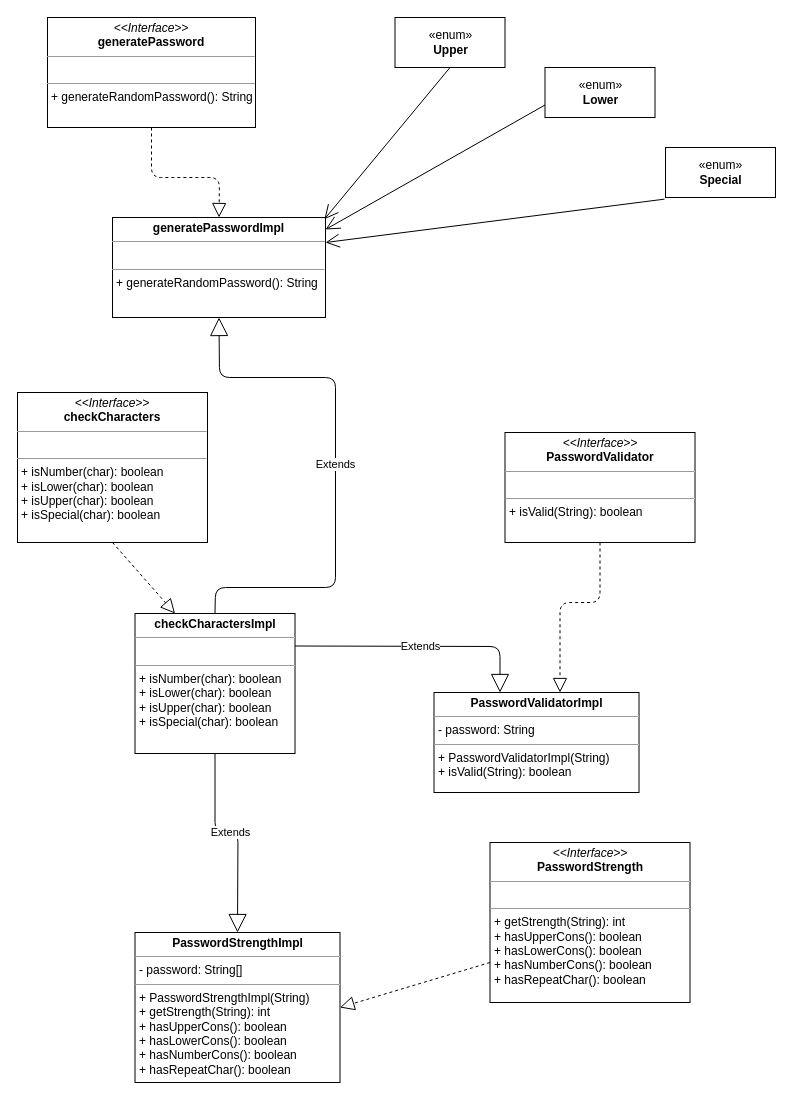
Earlier version of the draw.io diagram notes/design-password.drawio (metaphori/students-oop20-di-santi-giovanni-conti-massimiliano-ercolani-francesco-cellot-davide-keepassj). Source tidied: cells renumbered, new cells numbered last; positions are measured from the earlier drawing's top-left corner, leaving out a move shared by most shapes. Both pictures are drawn from the tidied source at 100%, with x=0, y=0 at pixel (17, 17).
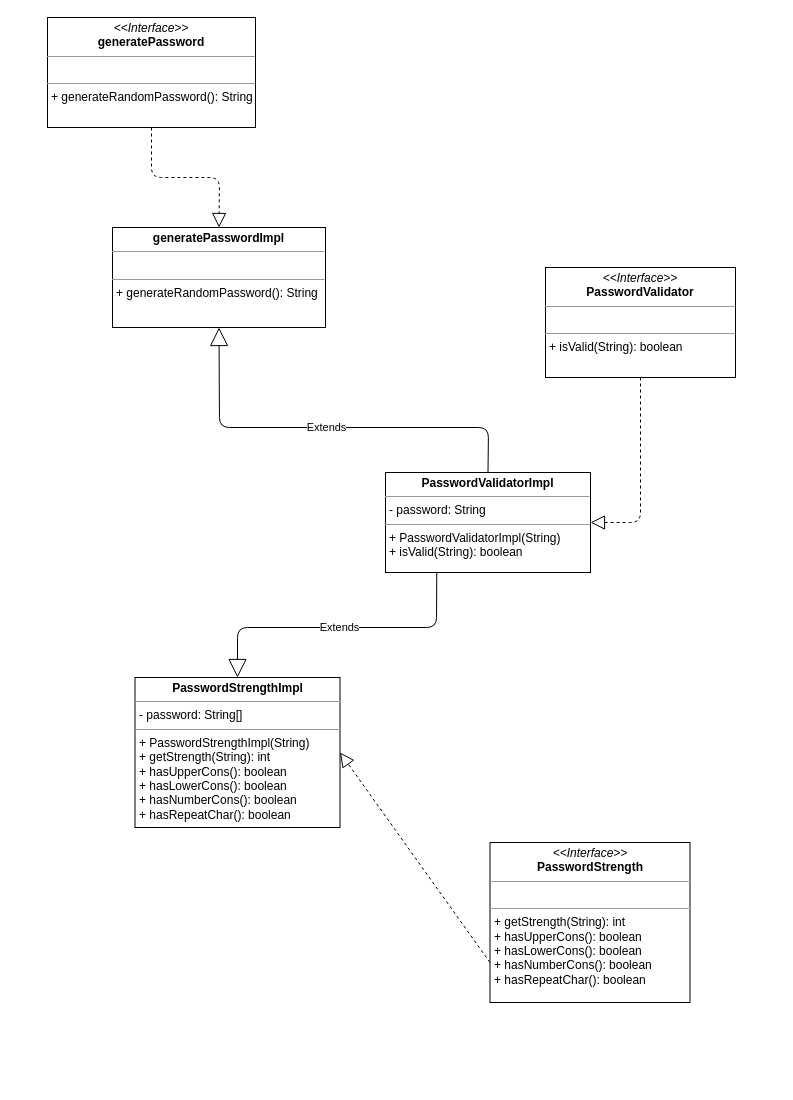
Above is the later version.

Commit message:
Update design-password

Change to the diagram source:
```diff
@@
-    <mxCell id="2" value="&lt;p style=&quot;margin: 0px ; margin-top: 4px ; text-align: center&quot;&gt;&lt;i&gt;&amp;lt;&amp;lt;Interface&amp;gt;&amp;gt;&lt;/i&gt;&lt;br&gt;&lt;b&gt;checkCharacters&lt;/b&gt;&lt;/p&gt;&lt;hr size=&quot;1&quot;&gt;&lt;p style=&quot;margin: 0px ; margin-left: 4px&quot;&gt;&lt;br&gt;&lt;/p&gt;&lt;hr size=&quot;1&quot;&gt;&lt;p style=&quot;margin: 0px ; margin-left: 4px&quot;&gt;+ isNumber(char): boolean&lt;br&gt;+ isLower(char): boolean&lt;/p&gt;&lt;p style=&quot;margin: 0px ; margin-left: 4px&quot;&gt;+ isUpper(char): boolean&lt;/p&gt;&lt;p style=&quot;margin: 0px ; margin-left: 4px&quot;&gt;+ isSpecial(char): boolean&lt;/p&gt;" style="verticalAlign=top;align=left;overflow=fill;fontSize=12;fontFamily=Helvetica;html=1;" parent="1" vertex="1">
-      <mxGeometry y="375" width="190" height="150" as="geometry" />
-    </mxCell>
     <mxCell id="3" value="&lt;p style=&quot;margin: 0px ; margin-top: 4px ; text-align: center&quot;&gt;&lt;i&gt;&amp;lt;&amp;lt;Interface&amp;gt;&amp;gt;&lt;/i&gt;&lt;br&gt;&lt;b&gt;PasswordValidator&lt;/b&gt;&lt;/p&gt;&lt;hr size=&quot;1&quot;&gt;&lt;p style=&quot;margin: 0px ; margin-left: 4px&quot;&gt;&lt;br&gt;&lt;/p&gt;&lt;hr size=&quot;1&quot;&gt;&lt;p style=&quot;margin: 0px ; margin-left: 4px&quot;&gt;+ isValid(String): boolean&lt;br&gt;&lt;/p&gt;" style="verticalAlign=top;align=left;overflow=fill;fontSize=12;fontFamily=Helvetica;html=1;" parent="1" vertex="1">
-      <mxGeometry x="487.5" y="415" width="190" height="110" as="geometry" />
+      <mxGeometry x="528" y="250" width="190" height="110" as="geometry" />
     </mxCell>
-    <mxCell id="4" value="Extends" style="endArrow=block;endSize=16;endFill=0;html=1;" parent="1" edge="1">
-      <mxGeometry relative="1" as="geometry">
-        <mxPoint x="277.5" y="628.5" as="sourcePoint" />
-        <mxPoint x="482.5" y="675" as="targetPoint" />
-        <Array as="points">
-          <mxPoint x="482.5" y="629" />
-        </Array>
-      </mxGeometry>
-    </mxCell>
-    <mxCell id="5" style="endArrow=block;dashed=1;endFill=0;endSize=12;html=1;exitX=0.5;exitY=1;exitDx=0;exitDy=0;" parent="1" edge="1" source="3">
-      <mxGeometry relative="1" as="geometry">
-        <mxPoint x="542.5" y="675" as="targetPoint" />
-        <Array as="points">
-          <mxPoint x="582.5" y="585" />
-          <mxPoint x="542.5" y="585" />
-        </Array>
-      </mxGeometry>
-    </mxCell>
-    <mxCell id="6" value="&lt;p style=&quot;margin: 0px ; margin-top: 4px ; text-align: center&quot;&gt;&lt;b&gt;checkCharactersImpl&lt;/b&gt;&lt;/p&gt;&lt;hr size=&quot;1&quot;&gt;&lt;p style=&quot;margin: 0px ; margin-left: 4px&quot;&gt;&lt;br&gt;&lt;/p&gt;&lt;hr size=&quot;1&quot;&gt;&lt;p style=&quot;margin: 0px ; margin-left: 4px&quot;&gt;+ isNumber(char): boolean&lt;/p&gt;&lt;p style=&quot;margin: 0px ; margin-left: 4px&quot;&gt;+ isLower(char): boolean&lt;/p&gt;&lt;p style=&quot;margin: 0px ; margin-left: 4px&quot;&gt;+ isUpper(char): boolean&lt;/p&gt;&lt;p style=&quot;margin: 0px ; margin-left: 4px&quot;&gt;+ isSpecial(char): boolean&lt;/p&gt;&lt;p style=&quot;margin: 0px ; margin-left: 4px&quot;&gt;&lt;br&gt;&lt;/p&gt;&lt;p style=&quot;margin: 0px ; margin-left: 4px&quot;&gt;&lt;br&gt;&lt;/p&gt;&lt;p style=&quot;margin: 0px ; margin-left: 4px&quot;&gt;&lt;br&gt;&lt;/p&gt;" style="verticalAlign=top;align=left;overflow=fill;fontSize=12;fontFamily=Helvetica;html=1;" parent="1" vertex="1">
-      <mxGeometry x="117.5" y="596" width="160" height="140" as="geometry" />
-    </mxCell>
     <mxCell id="7" value="&lt;p style=&quot;margin: 0px ; margin-top: 4px ; text-align: center&quot;&gt;&lt;b&gt;PasswordStrengthImpl&lt;/b&gt;&lt;/p&gt;&lt;hr size=&quot;1&quot;&gt;&lt;p style=&quot;margin: 0px ; margin-left: 4px&quot;&gt;- password: String[]&lt;/p&gt;&lt;hr size=&quot;1&quot;&gt;&lt;p style=&quot;margin: 0px 0px 0px 4px&quot;&gt;+ PasswordStrengthImpl(String)&lt;/p&gt;&lt;p style=&quot;margin: 0px 0px 0px 4px&quot;&gt;+ getStrength(String): int&lt;br&gt;+ hasUpperCons(): boolean&lt;/p&gt;&lt;p style=&quot;margin: 0px 0px 0px 4px&quot;&gt;+ hasLowerCons(): boolean&lt;br&gt;&lt;/p&gt;&lt;p style=&quot;margin: 0px 0px 0px 4px&quot;&gt;+ hasNumberCons(): boolean&lt;/p&gt;&lt;p style=&quot;margin: 0px 0px 0px 4px&quot;&gt;+ hasRepeatChar(): boolean&lt;/p&gt;&lt;p style=&quot;margin: 0px 0px 0px 4px&quot;&gt;&lt;br&gt;&lt;/p&gt;" style="verticalAlign=top;align=left;overflow=fill;fontSize=12;fontFamily=Helvetica;html=1;" parent="1" vertex="1">
-      <mxGeometry x="117.5" y="915" width="205" height="150" as="geometry" />
+      <mxGeometry x="117.5" y="660" width="205" height="150" as="geometry" />
     </mxCell>
@@
-    <mxCell id="9" value="Extends" style="endArrow=block;endSize=16;endFill=0;html=1;exitX=0.5;exitY=1;exitDx=0;exitDy=0;entryX=0.5;entryY=0;entryDx=0;entryDy=0;" parent="1" edge="1" source="6" target="7">
-      <mxGeometry x="-0.07" relative="1" as="geometry">
-        <Array as="points">
-          <mxPoint x="197.5" y="815" />
-          <mxPoint x="220.5" y="815" />
-        </Array>
-      </mxGeometry>
-    </mxCell>
@@
     <mxCell id="11" value="&lt;p style=&quot;margin: 0px ; margin-top: 4px ; text-align: center&quot;&gt;&lt;b&gt;PasswordValidatorImpl&lt;/b&gt;&lt;/p&gt;&lt;hr size=&quot;1&quot;&gt;&lt;p style=&quot;margin: 0px ; margin-left: 4px&quot;&gt;- password: String&lt;/p&gt;&lt;hr size=&quot;1&quot;&gt;&lt;p style=&quot;margin: 0px 0px 0px 4px&quot;&gt;+ PasswordValidatorImpl(String)&lt;/p&gt;&lt;p style=&quot;margin: 0px 0px 0px 4px&quot;&gt;+ isValid(String): boolean&lt;/p&gt;" style="verticalAlign=top;align=left;overflow=fill;fontSize=12;fontFamily=Helvetica;html=1;" parent="1" vertex="1">
-      <mxGeometry x="416.5" y="675" width="205" height="100" as="geometry" />
+      <mxGeometry x="368" y="455" width="205" height="100" as="geometry" />
     </mxCell>
@@
-    <mxCell id="13" value="«enum»&lt;br&gt;&lt;b&gt;Upper&lt;/b&gt;" style="html=1;" parent="1" vertex="1">
-      <mxGeometry x="377.5" width="110" height="50" as="geometry" />
-    </mxCell>
-    <mxCell id="14" value="«enum»&lt;br&gt;&lt;b&gt;Lower&lt;br&gt;&lt;/b&gt;" style="html=1;" parent="1" vertex="1">
-      <mxGeometry x="527.5" y="50" width="110" height="50" as="geometry" />
-    </mxCell>
-    <mxCell id="15" value="«enum»&lt;br&gt;&lt;b&gt;Special&lt;/b&gt;" style="html=1;" parent="1" vertex="1">
-      <mxGeometry x="648" y="130" width="110" height="50" as="geometry" />
-    </mxCell>
     <mxCell id="16" value="&lt;p style=&quot;margin: 0px ; margin-top: 4px ; text-align: center&quot;&gt;&lt;b&gt;generatePasswordImpl&lt;/b&gt;&lt;/p&gt;&lt;hr size=&quot;1&quot;&gt;&lt;p style=&quot;margin: 0px ; margin-left: 4px&quot;&gt;&lt;br&gt;&lt;/p&gt;&lt;hr size=&quot;1&quot;&gt;&lt;p style=&quot;margin: 0px 0px 0px 4px&quot;&gt;+ generateRandomPassword(): String&lt;/p&gt;" style="verticalAlign=top;align=left;overflow=fill;fontSize=12;fontFamily=Helvetica;html=1;" parent="1" vertex="1">
-      <mxGeometry x="95" y="200" width="213" height="100" as="geometry" />
+      <mxGeometry x="95" y="210" width="213" height="100" as="geometry" />
     </mxCell>
@@
-    <mxCell id="18" style="endArrow=open;endFill=1;endSize=12;html=1;exitX=0.5;exitY=1;exitDx=0;exitDy=0;entryX=0.995;entryY=0.017;entryDx=0;entryDy=0;entryPerimeter=0;" parent="1" edge="1" source="13" target="16">
-      <mxGeometry relative="1" as="geometry" />
-    </mxCell>
-    <mxCell id="19" style="endArrow=open;endFill=1;endSize=12;html=1;exitX=0;exitY=0.75;exitDx=0;exitDy=0;" parent="1" edge="1" source="14">
-      <mxGeometry relative="1" as="geometry">
-        <mxPoint x="308" y="212" as="targetPoint" />
-      </mxGeometry>
-    </mxCell>
-    <mxCell id="20" style="endArrow=open;endFill=1;endSize=12;html=1;exitX=-0.009;exitY=1.033;exitDx=0;exitDy=0;entryX=1;entryY=0.25;entryDx=0;entryDy=0;exitPerimeter=0;" parent="1" edge="1" source="15" target="16">
-      <mxGeometry relative="1" as="geometry" />
-    </mxCell>
-    <mxCell id="21" style="endArrow=block;dashed=1;endFill=0;endSize=12;html=1;exitX=0.5;exitY=1;exitDx=0;exitDy=0;entryX=0.25;entryY=0;entryDx=0;entryDy=0;" parent="1" edge="1" source="2" target="6">
-      <mxGeometry relative="1" as="geometry" />
-    </mxCell>
-    <mxCell id="22" value="Extends" style="endArrow=block;endSize=16;endFill=0;html=1;exitX=0.5;exitY=0;exitDx=0;exitDy=0;entryX=0.5;entryY=1;entryDx=0;entryDy=0;" parent="1" edge="1" source="6" target="16">
-      <mxGeometry x="0.01" relative="1" as="geometry">
+    <mxCell id="22" value="Extends" style="endArrow=block;endSize=16;endFill=0;html=1;exitX=0.5;exitY=0;exitDx=0;exitDy=0;entryX=0.5;entryY=1;entryDx=0;entryDy=0;" parent="1" edge="1" source="11" target="16">
+      <mxGeometry relative="1" as="geometry">
         <Array as="points">
-          <mxPoint x="198" y="570" />
-          <mxPoint x="318" y="570" />
-          <mxPoint x="318" y="360" />
-          <mxPoint x="202" y="360" />
+          <mxPoint x="471" y="410" />
+          <mxPoint x="202" y="410" />
         </Array>
       </mxGeometry>
     </mxCell>
+    <mxCell id="23" value="Extends" style="endArrow=block;endSize=16;endFill=0;html=1;exitX=0.25;exitY=1;exitDx=0;exitDy=0;entryX=0.5;entryY=0;entryDx=0;entryDy=0;" parent="1" edge="1" source="11" target="7">
+      <mxGeometry relative="1" as="geometry">
+        <Array as="points">
+          <mxPoint x="419" y="610" />
+          <mxPoint x="220" y="610" />
+        </Array>
+      </mxGeometry>
+    </mxCell>
+    <mxCell id="24" style="endArrow=block;dashed=1;endFill=0;endSize=12;html=1;exitX=0.5;exitY=1;exitDx=0;exitDy=0;entryX=1;entryY=0.5;entryDx=0;entryDy=0;" parent="1" edge="1" source="3" target="11">
+      <mxGeometry relative="1" as="geometry">
+        <Array as="points">
+          <mxPoint x="623" y="505" />
+        </Array>
+      </mxGeometry>
+    </mxCell>
```
